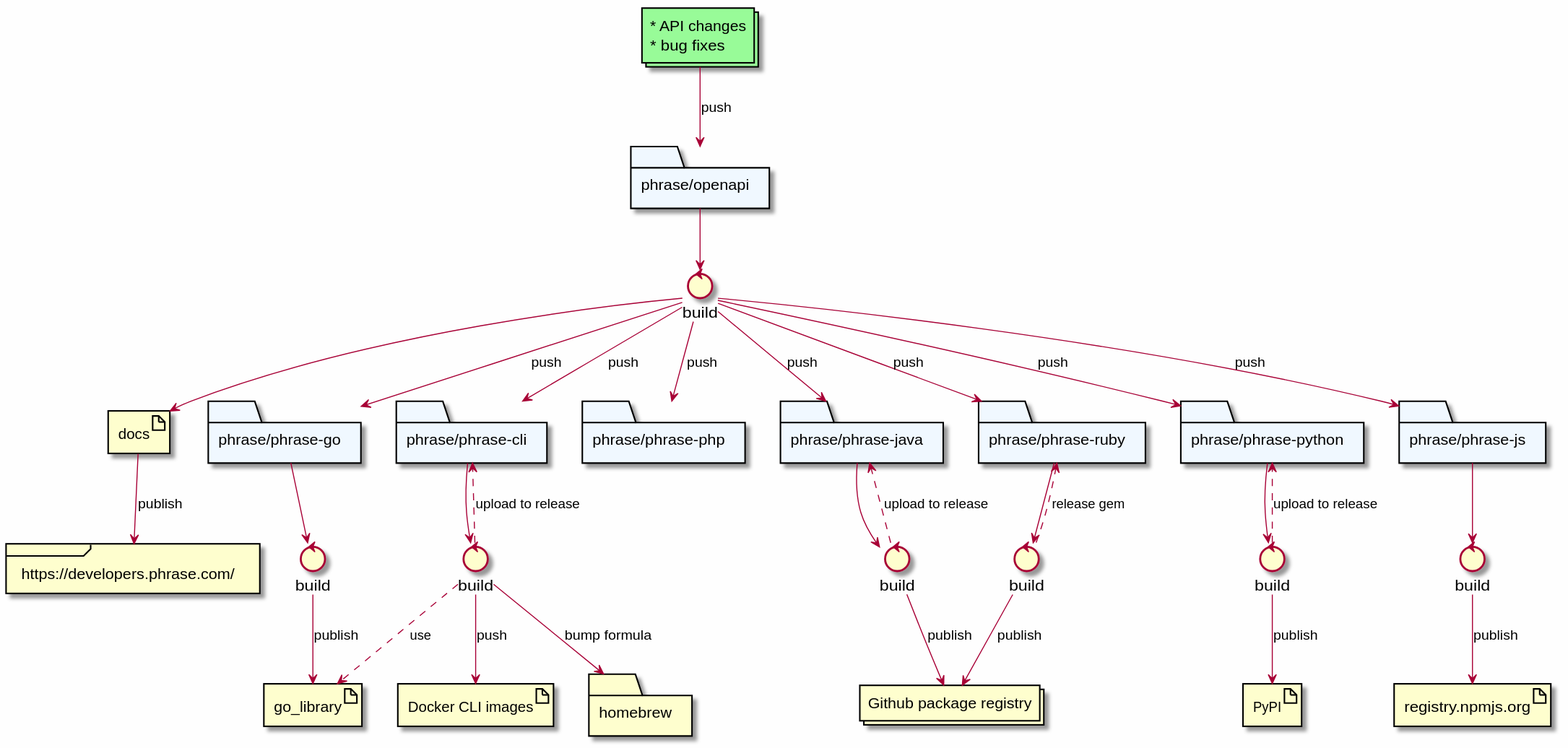
phrase/openapi keeps this PlantUML diagram as docs/openapi workflow.svg. Above is the earlier version.
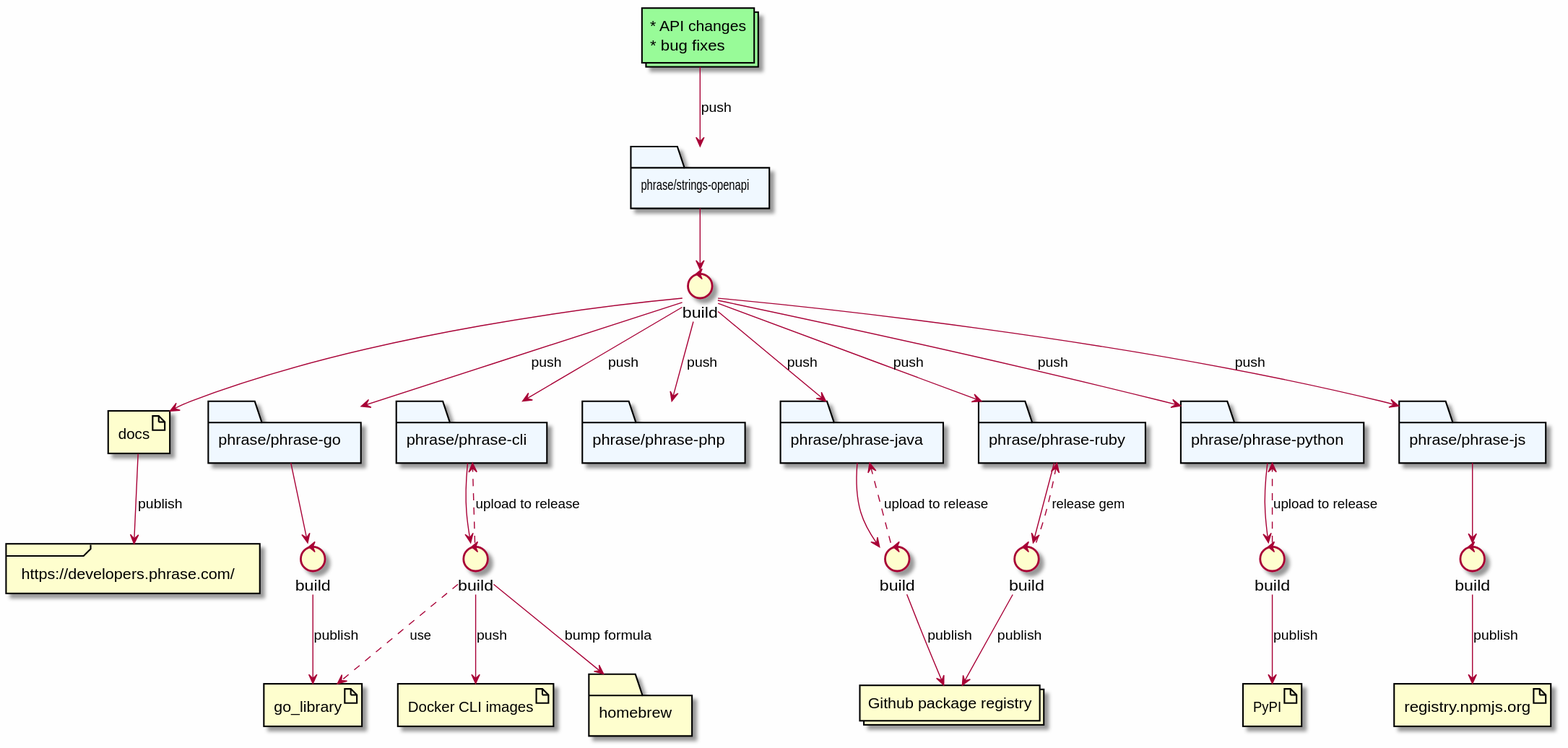
The same diagram one commit later.

Commit message:
Rename repo to strings-openapi

Change to the diagram source:
```diff
@@ -2,7 +2,7 @@
 skinparam backgroundColor #fefefe
 
 collections "* API changes\n* bug fixes" as changes #PaleGreen
-folder "phrase/openapi" as openapi #AliceBlue
+folder "phrase/strings-openapi" as openapi #AliceBlue
 control "build" as actions
 
 artifact docs
```
